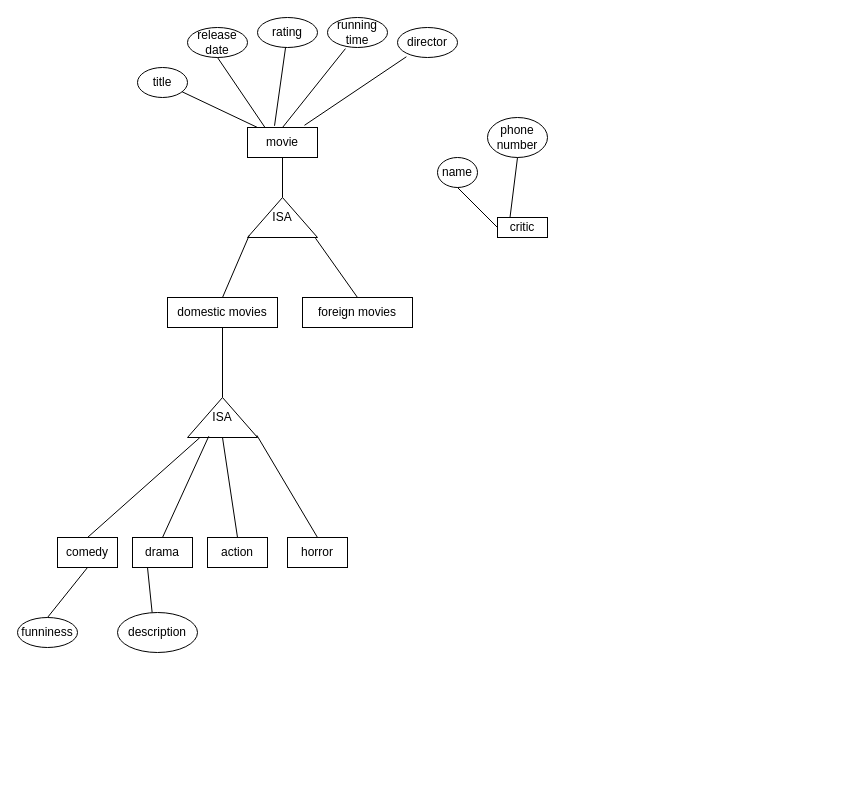
This is hw2_part6A.drawio from jamessu1201/Database_System, a draw.io file, before an edit. Source tidied: cells renumbered, new cells numbered last; positions are measured from the earlier drawing's top-left corner, leaving out a move shared by most shapes. Both pictures are drawn from the tidied source at 100%, with x=0, y=0 at pixel (17, 17).
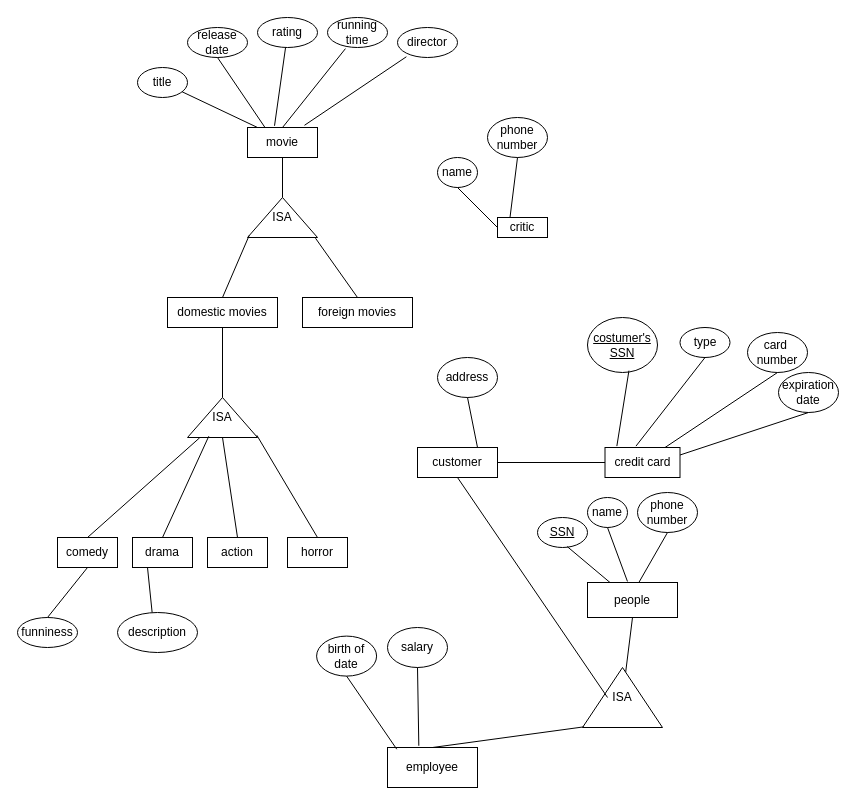
Above is the later version.

What changed in the source:
```diff
@@
+    <mxCell id="38" value="customer" style="rounded=0;whiteSpace=wrap;html=1;" parent="1" vertex="1">
+      <mxGeometry x="400" y="430" width="80" height="30" as="geometry" />
+    </mxCell>
+    <mxCell id="39" value="&lt;u&gt;SSN&lt;/u&gt;" style="ellipse;whiteSpace=wrap;html=1;" parent="1" vertex="1">
+      <mxGeometry x="520" y="500" width="50" height="30" as="geometry" />
+    </mxCell>
+    <mxCell id="40" style="endArrow=none;html=1;rounded=0;entryX=0.592;entryY=0.966;entryDx=0;entryDy=0;entryPerimeter=0;exitX=0.25;exitY=0;exitDx=0;exitDy=0;" parent="1" edge="1" source="59" target="39">
+      <mxGeometry relative="1" as="geometry" />
+    </mxCell>
+    <mxCell id="41" value="name" style="ellipse;whiteSpace=wrap;html=1;" parent="1" vertex="1">
+      <mxGeometry x="570" y="480" width="40" height="30" as="geometry" />
+    </mxCell>
+    <mxCell id="42" style="endArrow=none;html=1;rounded=0;entryX=0.5;entryY=1;entryDx=0;entryDy=0;exitX=0.444;exitY=-0.03;exitDx=0;exitDy=0;exitPerimeter=0;" parent="1" edge="1" source="59" target="41">
+      <mxGeometry relative="1" as="geometry" />
+    </mxCell>
+    <mxCell id="43" value="phone number" style="ellipse;whiteSpace=wrap;html=1;" parent="1" vertex="1">
+      <mxGeometry x="620" y="475" width="60" height="40" as="geometry" />
+    </mxCell>
+    <mxCell id="44" style="endArrow=none;html=1;rounded=0;entryX=0.5;entryY=1;entryDx=0;entryDy=0;exitX=0.565;exitY=0.025;exitDx=0;exitDy=0;exitPerimeter=0;" parent="1" edge="1" source="59" target="43">
+      <mxGeometry relative="1" as="geometry" />
+    </mxCell>
+    <mxCell id="45" value="address" style="ellipse;whiteSpace=wrap;html=1;" parent="1" vertex="1">
+      <mxGeometry x="420" y="340" width="60" height="40" as="geometry" />
+    </mxCell>
+    <mxCell id="46" style="endArrow=none;html=1;rounded=0;entryX=0.5;entryY=1;entryDx=0;entryDy=0;exitX=0.75;exitY=0;exitDx=0;exitDy=0;" parent="1" edge="1" source="38" target="45">
+      <mxGeometry relative="1" as="geometry" />
+    </mxCell>
+    <mxCell id="47" value="credit card" style="rounded=0;whiteSpace=wrap;html=1;" parent="1" vertex="1">
+      <mxGeometry x="587.5" y="430" width="75" height="30" as="geometry" />
+    </mxCell>
+    <mxCell id="48" style="edgeStyle=orthogonalEdgeStyle;rounded=0;orthogonalLoop=1;jettySize=auto;html=1;exitX=0.5;exitY=1;exitDx=0;exitDy=0;" parent="1" edge="1" source="47" target="47">
+      <mxGeometry relative="1" as="geometry" />
+    </mxCell>
+    <mxCell id="49" style="endArrow=none;html=1;rounded=0;entryX=1;entryY=0.5;entryDx=0;entryDy=0;exitX=0;exitY=0.5;exitDx=0;exitDy=0;" parent="1" edge="1" source="47" target="38">
+      <mxGeometry relative="1" as="geometry" />
+    </mxCell>
+    <mxCell id="50" value="&lt;u&gt;costumer's SSN&lt;/u&gt;" style="ellipse;whiteSpace=wrap;html=1;" parent="1" vertex="1">
+      <mxGeometry x="570" y="300" width="70" height="55" as="geometry" />
+    </mxCell>
+    <mxCell id="51" style="endArrow=none;html=1;rounded=0;entryX=0.592;entryY=0.966;entryDx=0;entryDy=0;entryPerimeter=0;exitX=0.158;exitY=-0.046;exitDx=0;exitDy=0;exitPerimeter=0;" parent="1" edge="1" source="47" target="50">
+      <mxGeometry relative="1" as="geometry" />
+    </mxCell>
+    <mxCell id="52" value="type" style="ellipse;whiteSpace=wrap;html=1;" parent="1" vertex="1">
+      <mxGeometry x="662.5" y="310" width="50" height="30" as="geometry" />
+    </mxCell>
+    <mxCell id="53" style="endArrow=none;html=1;rounded=0;entryX=0.5;entryY=1;entryDx=0;entryDy=0;exitX=0.413;exitY=-0.046;exitDx=0;exitDy=0;exitPerimeter=0;" parent="1" edge="1" source="47" target="52">
+      <mxGeometry relative="1" as="geometry" />
+    </mxCell>
+    <mxCell id="54" value="card&amp;nbsp; number" style="ellipse;whiteSpace=wrap;html=1;" parent="1" vertex="1">
+      <mxGeometry x="730" y="315" width="60" height="40" as="geometry" />
+    </mxCell>
+    <mxCell id="55" style="endArrow=none;html=1;rounded=0;entryX=0.5;entryY=1;entryDx=0;entryDy=0;" parent="1" edge="1" source="47" target="54">
+      <mxGeometry relative="1" as="geometry" />
+    </mxCell>
+    <mxCell id="56" value="expiration date" style="ellipse;whiteSpace=wrap;html=1;" parent="1" vertex="1">
+      <mxGeometry x="761" y="355" width="60" height="40" as="geometry" />
+    </mxCell>
+    <mxCell id="57" style="endArrow=none;html=1;rounded=0;entryX=0.5;entryY=1;entryDx=0;entryDy=0;exitX=1;exitY=0.25;exitDx=0;exitDy=0;" parent="1" edge="1" source="47" target="56">
+      <mxGeometry relative="1" as="geometry" />
+    </mxCell>
+    <mxCell id="58" value="employee" style="rounded=0;whiteSpace=wrap;html=1;" parent="1" vertex="1">
+      <mxGeometry x="370" y="730" width="90" height="40" as="geometry" />
+    </mxCell>
+    <mxCell id="59" value="people" style="rounded=0;whiteSpace=wrap;html=1;" parent="1" vertex="1">
+      <mxGeometry x="570" y="565" width="90" height="35" as="geometry" />
+    </mxCell>
+    <mxCell id="60" style="endArrow=none;html=1;rounded=0;entryX=0.5;entryY=1;entryDx=0;entryDy=0;" parent="1" edge="1" source="62" target="59">
+      <mxGeometry relative="1" as="geometry" />
+    </mxCell>
+    <mxCell id="61" style="endArrow=none;html=1;rounded=0;entryX=0.5;entryY=1;entryDx=0;entryDy=0;" parent="1" edge="1" target="62">
+      <mxGeometry relative="1" as="geometry">
+        <mxPoint x="595" y="690" as="sourcePoint" />
+      </mxGeometry>
+    </mxCell>
+    <mxCell id="62" value="ISA" style="triangle;whiteSpace=wrap;html=1;direction=north;" parent="1" vertex="1">
+      <mxGeometry x="565" y="650" width="80" height="60" as="geometry" />
+    </mxCell>
+    <mxCell id="63" style="endArrow=none;html=1;rounded=0;entryX=0.5;entryY=0.313;entryDx=0;entryDy=0;entryPerimeter=0;exitX=0.5;exitY=1;exitDx=0;exitDy=0;" parent="1" edge="1" source="38" target="62">
+      <mxGeometry relative="1" as="geometry" />
+    </mxCell>
+    <mxCell id="64" style="endArrow=none;html=1;rounded=0;entryX=0.011;entryY=0.019;entryDx=0;entryDy=0;entryPerimeter=0;exitX=0.5;exitY=0;exitDx=0;exitDy=0;" parent="1" edge="1" source="58" target="62">
+      <mxGeometry relative="1" as="geometry" />
+    </mxCell>
+    <mxCell id="65" value="birth of date" style="ellipse;whiteSpace=wrap;html=1;" parent="1" vertex="1">
+      <mxGeometry x="299.1" y="618.6" width="60" height="40" as="geometry" />
+    </mxCell>
+    <mxCell id="66" style="endArrow=none;html=1;rounded=0;entryX=0.5;entryY=1;entryDx=0;entryDy=0;exitX=0.103;exitY=0.043;exitDx=0;exitDy=0;exitPerimeter=0;" parent="1" edge="1" source="58" target="65">
+      <mxGeometry relative="1" as="geometry" />
+    </mxCell>
+    <mxCell id="67" value="salary" style="ellipse;whiteSpace=wrap;html=1;" parent="1" vertex="1">
+      <mxGeometry x="370" y="610" width="60" height="40" as="geometry" />
+    </mxCell>
+    <mxCell id="68" style="endArrow=none;html=1;rounded=0;entryX=0.5;entryY=1;entryDx=0;entryDy=0;exitX=0.348;exitY=-0.043;exitDx=0;exitDy=0;exitPerimeter=0;" parent="1" edge="1" source="58" target="67">
+      <mxGeometry relative="1" as="geometry" />
+    </mxCell>
```
